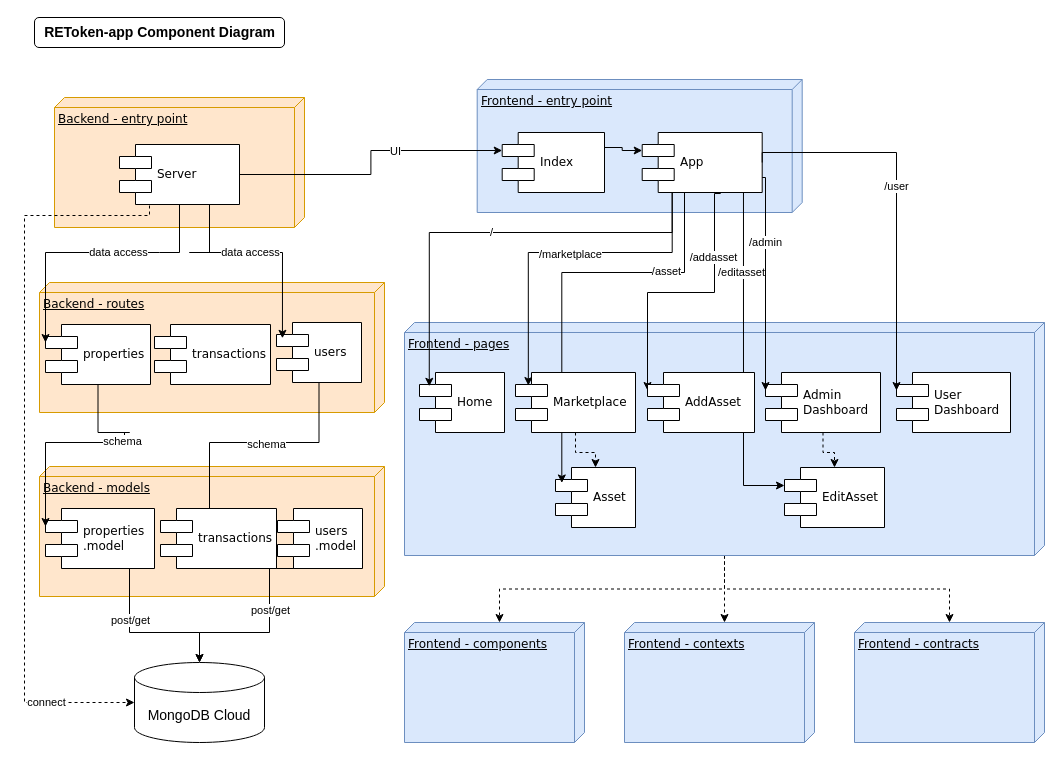
ReToken-Co/retoken-app keeps this draw.io diagram as page "App" (1 of 3) of documentations/ReToken-Component-Diagram.drawio. Above is the earlier version. Source tidied: cells renumbered, new cells numbered last; positions are measured from the earlier drawing's top-left corner, leaving out a move shared by most shapes. Both pictures are drawn from the tidied source at 100%, with x=0, y=0 at pixel (24, 17).
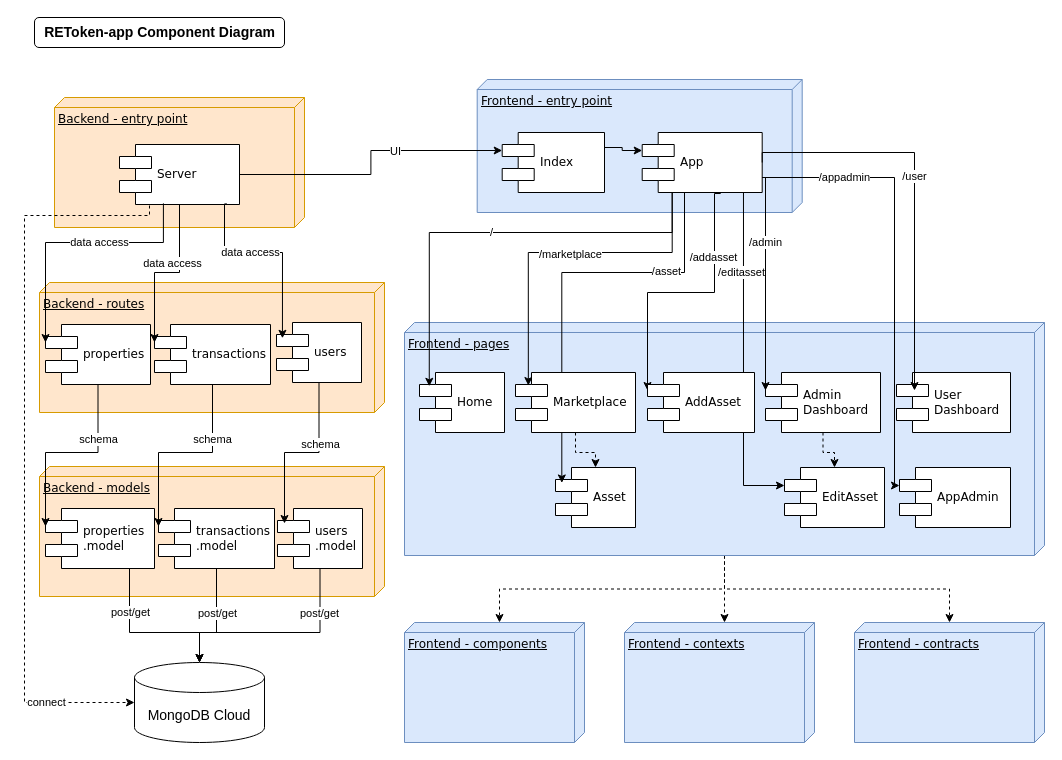
The same page after the edit.

The change refers to these unchanged cells:
```xml
<mxCell id="5" value="App" style="shape=component;align=left;spacingLeft=36;rounded=0;shadow=0;comic=0;labelBackgroundColor=none;strokeWidth=1;fontFamily=Verdana;fontSize=12;html=1;" parent="1" vertex="1">
  <mxGeometry x="617.7" y="115" width="120" height="60" as="geometry" />
</mxCell>
<mxCell id="11" value="Server" style="shape=component;align=left;spacingLeft=36;rounded=0;shadow=0;comic=0;labelBackgroundColor=none;strokeWidth=1;fontFamily=Verdana;fontSize=12;html=1;" parent="1" vertex="1">
  <mxGeometry x="95" y="127" width="120" height="60" as="geometry" />
</mxCell>
<mxCell id="13" value="properties" style="shape=component;align=left;spacingLeft=36;rounded=0;shadow=0;comic=0;labelBackgroundColor=none;strokeWidth=1;fontFamily=Verdana;fontSize=12;html=1;" parent="1" vertex="1">
  <mxGeometry x="21" y="307" width="105" height="60" as="geometry" />
</mxCell>
<mxCell id="14" value="users" style="shape=component;align=left;spacingLeft=36;rounded=0;shadow=0;comic=0;labelBackgroundColor=none;strokeWidth=1;fontFamily=Verdana;fontSize=12;html=1;" parent="1" vertex="1">
  <mxGeometry x="252" y="305" width="85" height="60" as="geometry" />
</mxCell>
<mxCell id="20" style="edgeStyle=orthogonalEdgeStyle;rounded=0;jettySize=auto;html=1;exitX=0.5;exitY=1;exitDx=0;exitDy=0;entryX=0.5;entryY=0;entryDx=0;entryDy=0;entryPerimeter=0;fontSize=14;" parent="1" edge="1" source="22" target="31">
  <mxGeometry relative="1" as="geometry">
    <Array as="points">
      <mxPoint x="105" y="615" />
      <mxPoint x="175" y="615" />
    </Array>
  </mxGeometry>
</mxCell>
<mxCell id="22" value="properties&lt;br&gt;.model" style="shape=component;align=left;spacingLeft=36;rounded=0;shadow=0;comic=0;labelBackgroundColor=none;strokeWidth=1;fontFamily=Verdana;fontSize=12;html=1;" parent="1" vertex="1">
  <mxGeometry x="21" y="491" width="109" height="60" as="geometry" />
</mxCell>
<mxCell id="25" value="users&lt;br&gt;.model" style="shape=component;align=left;spacingLeft=36;rounded=0;shadow=0;comic=0;labelBackgroundColor=none;strokeWidth=1;fontFamily=Verdana;fontSize=12;html=1;" parent="1" vertex="1">
  <mxGeometry x="253" y="491" width="85" height="60" as="geometry" />
</mxCell>
<mxCell id="31" value="MongoDB Cloud" style="shape=cylinder3;whiteSpace=wrap;html=1;boundedLbl=1;backgroundOutline=1;size=15;rounded=1;shadow=0;glass=1;sketch=0;strokeColor=#000000;fillColor=none;fontSize=14;" parent="1" vertex="1">
  <mxGeometry x="110" y="645" width="130" height="80" as="geometry" />
</mxCell>
<mxCell id="39" value="User&lt;br&gt;Dashboard" style="shape=component;align=left;spacingLeft=36;rounded=0;shadow=0;comic=0;labelBackgroundColor=none;strokeWidth=1;fontFamily=Verdana;fontSize=12;html=1;" parent="1" vertex="1">
  <mxGeometry x="872" y="355" width="114" height="60" as="geometry" />
</mxCell>
<mxCell id="62" value="transactions" style="shape=component;align=left;spacingLeft=36;rounded=0;shadow=0;comic=0;labelBackgroundColor=none;strokeWidth=1;fontFamily=Verdana;fontSize=12;html=1;" parent="1" vertex="1">
  <mxGeometry x="130" y="307" width="116" height="60" as="geometry" />
</mxCell>
```

Change to the diagram source:
```diff
@@
-    <mxCell id="15" style="edgeStyle=orthogonalEdgeStyle;rounded=0;jettySize=auto;html=1;exitX=0.75;exitY=1;exitDx=0;exitDy=0;entryX=0.07;entryY=0.263;entryDx=0;entryDy=0;entryPerimeter=0;" parent="1" edge="1" source="11" target="14">
+    <mxCell id="15" style="edgeStyle=orthogonalEdgeStyle;rounded=0;jettySize=auto;html=1;exitX=0.895;exitY=0.99;exitDx=0;exitDy=0;entryX=0.07;entryY=0.263;entryDx=0;entryDy=0;entryPerimeter=0;exitPerimeter=0;" parent="1" edge="1" source="11" target="14">
       <mxGeometry relative="1" as="geometry">
         <Array as="points">
-          <mxPoint x="165" y="235" />
-          <mxPoint x="188" y="235" />
+          <mxPoint x="200" y="186" />
+          <mxPoint x="200" y="235" />
+          <mxPoint x="258" y="235" />
         </Array>
       </mxGeometry>
     </mxCell>
     <mxCell id="16" value="data access" style="edgeLabel;html=1;align=center;verticalAlign=middle;" parent="15" vertex="1">
-      <mxGeometry x="0.04" y="1" relative="1" as="geometry" />
+      <mxGeometry x="0.04" y="1" relative="1" as="geometry">
+        <mxPoint x="-24.6" as="offset" />
+      </mxGeometry>
     </mxCell>
-    <mxCell id="17" style="edgeStyle=orthogonalEdgeStyle;rounded=0;jettySize=auto;html=1;exitX=0.5;exitY=1;exitDx=0;exitDy=0;entryX=0;entryY=0.3;entryDx=0;entryDy=0;" parent="1" edge="1" source="11" target="13">
+    <mxCell id="17" style="edgeStyle=orthogonalEdgeStyle;rounded=0;jettySize=auto;html=1;exitX=0.366;exitY=0.981;exitDx=0;exitDy=0;entryX=0;entryY=0.3;entryDx=0;entryDy=0;exitPerimeter=0;" parent="1" edge="1" source="11" target="13">
       <mxGeometry relative="1" as="geometry">
         <Array as="points">
-          <mxPoint x="135" y="235" />
-          <mxPoint x="40" y="235" />
+          <mxPoint x="139" y="225" />
+          <mxPoint x="21" y="225" />
         </Array>
       </mxGeometry>
     </mxCell>
@@
     <mxCell id="21" value="post/get" style="edgeLabel;html=1;align=center;verticalAlign=middle;fontSize=11;" parent="20" vertex="1">
       <mxGeometry x="-0.16" y="-1" relative="1" as="geometry">
-        <mxPoint x="1" as="offset" />
+        <mxPoint x="1" y="-8.1" as="offset" />
       </mxGeometry>
     </mxCell>
@@
     <mxCell id="23" style="edgeStyle=orthogonalEdgeStyle;rounded=0;jettySize=auto;html=1;exitX=0.5;exitY=1;exitDx=0;exitDy=0;entryX=0.5;entryY=0;entryDx=0;entryDy=0;entryPerimeter=0;fontSize=14;" parent="1" edge="1" source="25" target="31">
       <mxGeometry relative="1" as="geometry">
         <Array as="points">
-          <mxPoint x="245" y="615" />
+          <mxPoint x="296" y="615" />
           <mxPoint x="175" y="615" />
         </Array>
       </mxGeometry>
     </mxCell>
     <mxCell id="24" value="post/get" style="edgeLabel;html=1;align=center;verticalAlign=middle;fontSize=11;" parent="23" vertex="1">
-      <mxGeometry x="-0.14" relative="1" as="geometry" />
+      <mxGeometry x="-0.14" relative="1" as="geometry">
+        <mxPoint x="27" y="-20" as="offset" />
+      </mxGeometry>
     </mxCell>
@@
     <mxCell id="26" style="edgeStyle=orthogonalEdgeStyle;rounded=0;jettySize=auto;html=1;exitX=0.5;exitY=1;exitDx=0;exitDy=0;entryX=0;entryY=0.3;entryDx=0;entryDy=0;" parent="1" edge="1" source="13" target="22">
       <mxGeometry relative="1" as="geometry">
         <Array as="points">
-          <mxPoint x="105" y="415" />
-          <mxPoint x="100" y="415" />
-          <mxPoint x="100" y="425" />
-          <mxPoint x="45" y="425" />
+          <mxPoint x="74" y="435" />
+          <mxPoint x="21" y="435" />
         </Array>
       </mxGeometry>
     </mxCell>
     <mxCell id="27" value="schema" style="edgeLabel;html=1;align=center;verticalAlign=middle;" parent="26" vertex="1">
-      <mxGeometry x="-0.28" y="-3" relative="1" as="geometry" />
+      <mxGeometry x="-0.28" y="-3" relative="1" as="geometry">
+        <mxPoint x="2" y="-10.5" as="offset" />
+      </mxGeometry>
     </mxCell>
-    <mxCell id="28" style="edgeStyle=orthogonalEdgeStyle;rounded=0;jettySize=auto;html=1;exitX=0.5;exitY=1;exitDx=0;exitDy=0;entryX=0;entryY=0.3;entryDx=0;entryDy=0;" parent="1" edge="1" source="14" target="25">
+    <mxCell id="28" style="edgeStyle=orthogonalEdgeStyle;rounded=0;jettySize=auto;html=1;exitX=0.5;exitY=1;exitDx=0;exitDy=0;" parent="1" edge="1" source="14">
       <mxGeometry relative="1" as="geometry">
+        <mxPoint x="260" y="506" as="targetPoint" />
         <Array as="points">
-          <mxPoint x="295" y="425" />
-          <mxPoint x="185" y="425" />
+          <mxPoint x="295" y="435" />
+          <mxPoint x="260" y="435" />
+          <mxPoint x="260" y="506" />
         </Array>
       </mxGeometry>
     </mxCell>
@@
-    <mxCell id="50" style="edgeStyle=orthogonalEdgeStyle;rounded=0;jettySize=auto;html=1;exitX=1;exitY=0.5;exitDx=0;exitDy=0;entryX=0;entryY=0.3;entryDx=0;entryDy=0;fontSize=11;" parent="1" edge="1" source="5" target="39">
+    <mxCell id="50" style="edgeStyle=orthogonalEdgeStyle;rounded=0;jettySize=auto;html=1;exitX=1;exitY=0.5;exitDx=0;exitDy=0;fontSize=11;" parent="1" edge="1" source="5">
       <mxGeometry relative="1" as="geometry">
+        <mxPoint x="890" y="373" as="targetPoint" />
         <Array as="points">
-          <mxPoint x="872" y="135" />
+          <mxPoint x="738" y="135" />
+          <mxPoint x="890" y="135" />
+          <mxPoint x="890" y="373" />
         </Array>
       </mxGeometry>
     </mxCell>
@@
-    <mxCell id="63" value="transactions" style="shape=component;align=left;spacingLeft=36;rounded=0;shadow=0;comic=0;labelBackgroundColor=none;strokeWidth=1;fontFamily=Verdana;fontSize=12;html=1;" parent="1" vertex="1">
-      <mxGeometry x="136" y="491" width="116" height="60" as="geometry" />
+    <mxCell id="63" value="transactions&lt;br&gt;.model" style="shape=component;align=left;spacingLeft=36;rounded=0;shadow=0;comic=0;labelBackgroundColor=none;strokeWidth=1;fontFamily=Verdana;fontSize=12;html=1;" parent="1" vertex="1">
+      <mxGeometry x="134" y="491" width="116" height="60" as="geometry" />
     </mxCell>
+    <mxCell id="64" style="edgeStyle=orthogonalEdgeStyle;rounded=0;jettySize=auto;html=1;exitX=0.5;exitY=1;exitDx=0;exitDy=0;entryX=0;entryY=0.3;entryDx=0;entryDy=0;" parent="1" edge="1" source="62" target="63">
+      <mxGeometry relative="1" as="geometry">
+        <Array as="points">
+          <mxPoint x="188" y="435" />
+          <mxPoint x="134" y="435" />
+        </Array>
+      </mxGeometry>
+    </mxCell>
+    <mxCell id="65" value="schema" style="edgeLabel;html=1;align=center;verticalAlign=middle;" parent="64" vertex="1">
+      <mxGeometry x="-0.3" y="1" relative="1" as="geometry">
+        <mxPoint x="0.8" y="-14.5" as="offset" />
+      </mxGeometry>
+    </mxCell>
+    <mxCell id="66" style="edgeStyle=orthogonalEdgeStyle;rounded=0;jettySize=auto;html=1;exitX=0.5;exitY=1;exitDx=0;exitDy=0;fontSize=14;entryX=0.5;entryY=0;entryDx=0;entryDy=0;entryPerimeter=0;" parent="1" edge="1" source="63" target="31">
+      <mxGeometry relative="1" as="geometry">
+        <Array as="points">
+          <mxPoint x="192" y="615" />
+          <mxPoint x="175" y="615" />
+        </Array>
+      </mxGeometry>
+    </mxCell>
+    <mxCell id="67" value="post/get" style="edgeLabel;html=1;align=center;verticalAlign=middle;fontSize=11;" parent="66" vertex="1">
+      <mxGeometry x="-0.14" relative="1" as="geometry">
+        <mxPoint y="-3.6" as="offset" />
+      </mxGeometry>
+    </mxCell>
+    <mxCell id="68" style="edgeStyle=orthogonalEdgeStyle;rounded=0;jettySize=auto;html=1;entryX=0;entryY=0.3;entryDx=0;entryDy=0;exitX=0.5;exitY=1;exitDx=0;exitDy=0;" parent="1" edge="1" source="11" target="62">
+      <mxGeometry relative="1" as="geometry">
+        <Array as="points">
+          <mxPoint x="155" y="255" />
+          <mxPoint x="130" y="255" />
+        </Array>
+      </mxGeometry>
+    </mxCell>
+    <mxCell id="69" value="data access" style="edgeLabel;html=1;align=center;verticalAlign=middle;" parent="68" vertex="1">
+      <mxGeometry x="0.04" y="1" relative="1" as="geometry">
+        <mxPoint x="9.5" y="-11" as="offset" />
+      </mxGeometry>
+    </mxCell>
+    <mxCell id="70" value="AppAdmin" style="shape=component;align=left;spacingLeft=36;rounded=0;shadow=0;comic=0;labelBackgroundColor=none;strokeWidth=1;fontFamily=Verdana;fontSize=12;html=1;" parent="1" vertex="1">
+      <mxGeometry x="875" y="450" width="111" height="60" as="geometry" />
+    </mxCell>
+    <mxCell id="71" style="edgeStyle=orthogonalEdgeStyle;rounded=0;jettySize=auto;html=1;exitX=1;exitY=0.75;exitDx=0;exitDy=0;fontSize=11;" parent="1" edge="1" source="5">
+      <mxGeometry relative="1" as="geometry">
+        <mxPoint x="875" y="468" as="targetPoint" />
+        <Array as="points">
+          <mxPoint x="870" y="160" />
+          <mxPoint x="870" y="468" />
+        </Array>
+      </mxGeometry>
+    </mxCell>
+    <mxCell id="72" value="/appadmin" style="edgeLabel;html=1;align=center;verticalAlign=middle;fontSize=11;" parent="71" vertex="1">
+      <mxGeometry x="-0.07" y="-1" relative="1" as="geometry">
+        <mxPoint x="-50" y="-75.7" as="offset" />
+      </mxGeometry>
+    </mxCell>
```
